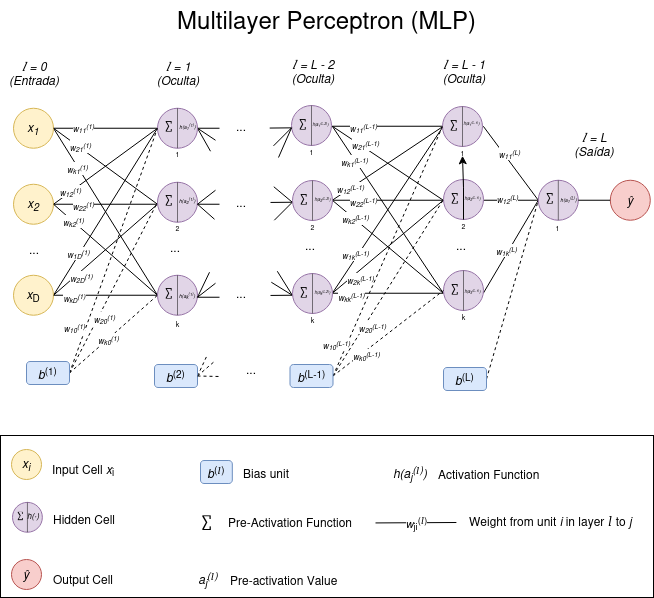
The draw.io diagram Neural-Networks/Architectures/MLP.png in gabdourado/AI, before a commit. Source tidied: cells renumbered, new cells last; positions are measured from the earlier drawing's top-left corner, leaving out a move shared by most shapes.
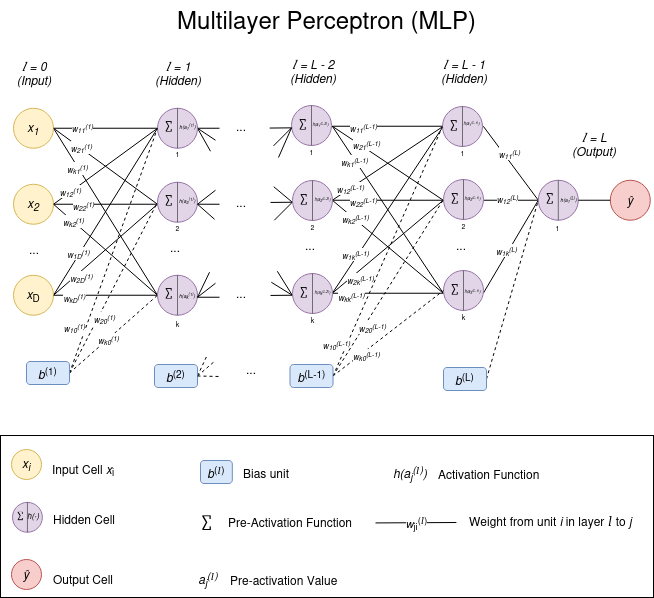
After the commit.

Commit message:
[docs]: correction in mlp architecture

The edit, as a diff of the source:
```diff
@@ -66,10 +66,10 @@
     <mxCell id="17" value="..." style="text;html=1;whiteSpace=wrap;strokeColor=none;fillColor=none;align=center;verticalAlign=middle;rounded=0;" parent="1" vertex="1">
       <mxGeometry x="4" y="230" width="60" height="30" as="geometry" />
     </mxCell>
-    <mxCell id="18" value="&lt;div&gt;&lt;i&gt;𝑙 = 0&lt;/i&gt;&lt;/div&gt;&lt;i&gt;(Entrada)&lt;/i&gt;" style="text;html=1;whiteSpace=wrap;strokeColor=none;fillColor=none;align=center;verticalAlign=middle;rounded=0;" parent="1" vertex="1">
+    <mxCell id="18" value="&lt;div&gt;&lt;i&gt;𝑙 = 0&lt;/i&gt;&lt;/div&gt;&lt;i&gt;(Input)&lt;/i&gt;" style="text;html=1;whiteSpace=wrap;strokeColor=none;fillColor=none;align=center;verticalAlign=middle;rounded=0;" parent="1" vertex="1">
       <mxGeometry x="4" y="54" width="60" height="30" as="geometry" />
     </mxCell>
-    <mxCell id="19" value="&lt;div&gt;&lt;i&gt;𝑙 = 1&lt;/i&gt;&lt;/div&gt;&lt;i&gt;(Oculta)&lt;/i&gt;" style="text;html=1;whiteSpace=wrap;strokeColor=none;fillColor=none;align=center;verticalAlign=middle;rounded=0;" parent="1" vertex="1">
+    <mxCell id="19" value="&lt;div&gt;&lt;i&gt;𝑙 = 1&lt;/i&gt;&lt;/div&gt;&lt;i&gt;(Hidden)&lt;/i&gt;" style="text;html=1;whiteSpace=wrap;strokeColor=none;fillColor=none;align=center;verticalAlign=middle;rounded=0;" parent="1" vertex="1">
       <mxGeometry x="148" y="54" width="60" height="30" as="geometry" />
     </mxCell>
     <mxCell id="20" value="..." style="text;html=1;whiteSpace=wrap;strokeColor=none;fillColor=none;align=center;verticalAlign=middle;rounded=0;" parent="1" vertex="1">
@@ -135,13 +135,13 @@
     <mxCell id="38" value="&lt;font style=&quot;font-size: 5px;&quot;&gt;&lt;i&gt;h(a&lt;sub&gt;k&lt;/sub&gt;&lt;sup&gt;(1)&lt;/sup&gt;)&lt;/i&gt;&lt;/font&gt;" style="text;whiteSpace=wrap;html=1;" parent="34" vertex="1">
       <mxGeometry x="20" y="4" width="44" height="36" as="geometry" />
     </mxCell>
-    <mxCell id="39" value="&lt;div&gt;&lt;i&gt;𝑙 = L - 2&lt;/i&gt;&lt;/div&gt;&lt;i&gt;(Oculta)&lt;/i&gt;" style="text;html=1;whiteSpace=wrap;strokeColor=none;fillColor=none;align=center;verticalAlign=middle;rounded=0;" parent="1" vertex="1">
+    <mxCell id="39" value="&lt;div&gt;&lt;i&gt;𝑙 = L - 2&lt;/i&gt;&lt;/div&gt;&lt;i&gt;(&lt;/i&gt;&lt;i&gt;Hidden&lt;/i&gt;&lt;i&gt;)&lt;/i&gt;" style="text;html=1;whiteSpace=wrap;strokeColor=none;fillColor=none;align=center;verticalAlign=middle;rounded=0;" parent="1" vertex="1">
       <mxGeometry x="282.8" y="52" width="60" height="30" as="geometry" />
     </mxCell>
     <mxCell id="40" value="..." style="text;html=1;whiteSpace=wrap;strokeColor=none;fillColor=none;align=center;verticalAlign=middle;rounded=0;" parent="1" vertex="1">
       <mxGeometry x="279.8" y="225.7" width="60" height="30" as="geometry" />
     </mxCell>
-    <mxCell id="41" value="&lt;div&gt;&lt;i&gt;𝑙 = L - 1&lt;/i&gt;&lt;/div&gt;&lt;i&gt;(Oculta)&lt;/i&gt;" style="text;html=1;whiteSpace=wrap;strokeColor=none;fillColor=none;align=center;verticalAlign=middle;rounded=0;" parent="1" vertex="1">
+    <mxCell id="41" value="&lt;div&gt;&lt;i&gt;𝑙 = L - 1&lt;/i&gt;&lt;/div&gt;&lt;i&gt;(&lt;/i&gt;&lt;i&gt;Hidden&lt;/i&gt;&lt;i&gt;)&lt;/i&gt;" style="text;html=1;whiteSpace=wrap;strokeColor=none;fillColor=none;align=center;verticalAlign=middle;rounded=0;" parent="1" vertex="1">
       <mxGeometry x="433.8" y="52" width="60" height="30" as="geometry" />
     </mxCell>
     <mxCell id="42" value="..." style="text;html=1;whiteSpace=wrap;strokeColor=none;fillColor=none;align=center;verticalAlign=middle;rounded=0;" parent="1" vertex="1">
@@ -503,9 +503,6 @@
     <mxCell id="129" value="&lt;font style=&quot;font-size: 4px;&quot;&gt;&lt;i&gt;h(a&lt;sub&gt;2&lt;/sub&gt;&lt;sup&gt;(L-1)&lt;/sup&gt;)&lt;/i&gt;&lt;/font&gt;" style="text;html=1;whiteSpace=wrap;strokeColor=none;fillColor=none;align=center;verticalAlign=middle;rounded=0;" parent="125" vertex="1">
       <mxGeometry x="19" y="9" width="21" height="14" as="geometry" />
     </mxCell>
-    <mxCell id="130" style="edgeStyle=orthogonalEdgeStyle;rounded=0;jettySize=auto;html=1;" parent="1" edge="1" source="131" target="124">
-      <mxGeometry relative="1" as="geometry" />
-    </mxCell>
     <mxCell id="131" value="&lt;font style=&quot;font-size: 7px;&quot;&gt;2&lt;/font&gt;" style="text;html=1;whiteSpace=wrap;strokeColor=none;fillColor=none;align=center;verticalAlign=middle;rounded=0;" parent="1" vertex="1">
       <mxGeometry x="456.5" y="215" width="13" height="9.3" as="geometry" />
     </mxCell>
@@ -590,7 +587,7 @@
     <mxCell id="158" value="&lt;font style=&quot;font-size: 17px;&quot;&gt;∑&lt;/font&gt;" style="text;html=1;whiteSpace=wrap;strokeColor=none;fillColor=none;align=center;verticalAlign=middle;rounded=0;" parent="140" vertex="1">
       <mxGeometry x="181" y="57" width="30" height="30" as="geometry" />
     </mxCell>
-    <mxCell id="159" value="&lt;div&gt;&lt;i&gt;𝑙 = L&lt;/i&gt;&lt;/div&gt;&lt;i&gt;(Saída)&lt;/i&gt;" style="text;html=1;whiteSpace=wrap;strokeColor=none;fillColor=none;align=center;verticalAlign=middle;rounded=0;" parent="1" vertex="1">
+    <mxCell id="159" value="&lt;div&gt;&lt;i&gt;𝑙 = L&lt;/i&gt;&lt;/div&gt;&lt;i&gt;(Output)&lt;/i&gt;" style="text;html=1;whiteSpace=wrap;strokeColor=none;fillColor=none;align=center;verticalAlign=middle;rounded=0;" parent="1" vertex="1">
       <mxGeometry x="564.3" y="125" width="60" height="30" as="geometry" />
     </mxCell>
     <mxCell id="160" style="rounded=0;jettySize=auto;html=1;exitX=1;exitY=0.5;exitDx=0;exitDy=0;entryX=0;entryY=0.5;entryDx=0;entryDy=0;endArrow=none;endFill=0;dashed=1;" parent="1" edge="1" source="163" target="25">
```
